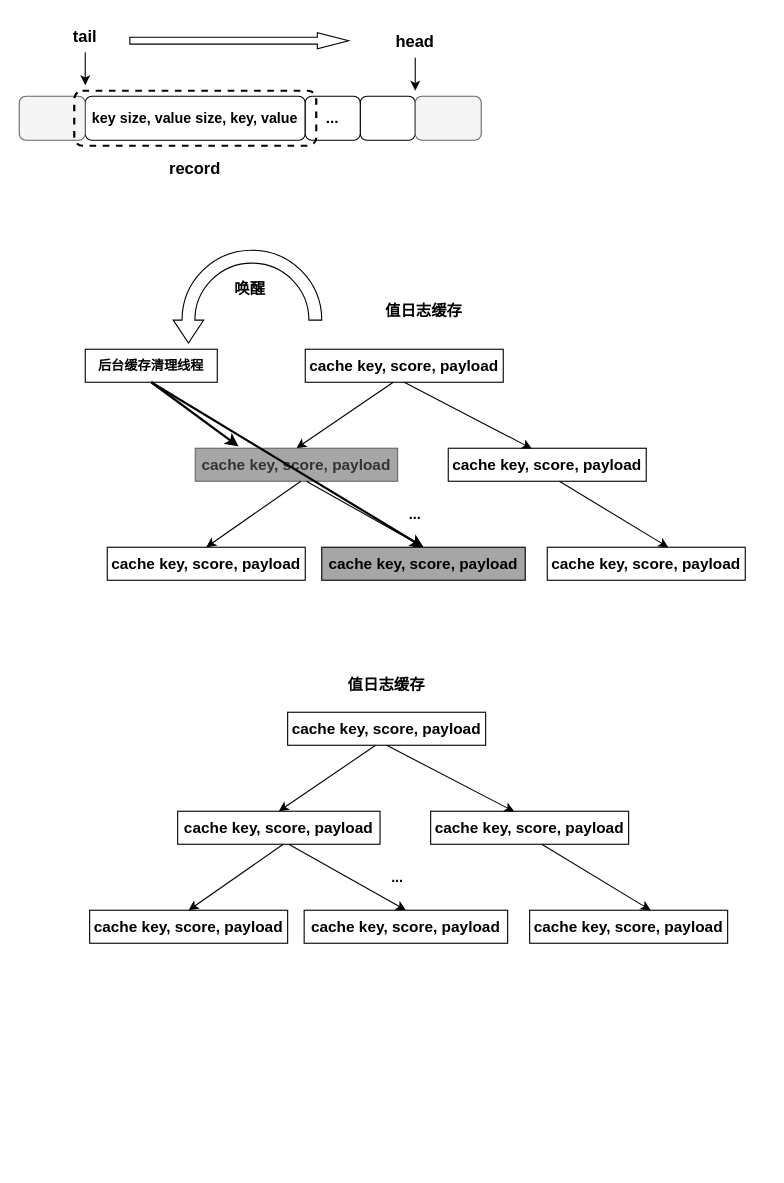
This is page "第 2 页" (2 of 3) of RabbitKV.drawio from yeqiyi/drawIO, a draw.io file, before an edit. Source tidied: cells renumbered, new cells numbered last; positions are measured from the earlier drawing's top-left corner, leaving out a move shared by most shapes. Both pictures are drawn from the tidied source at 110%, with x=0, y=0 at pixel (19, 19).
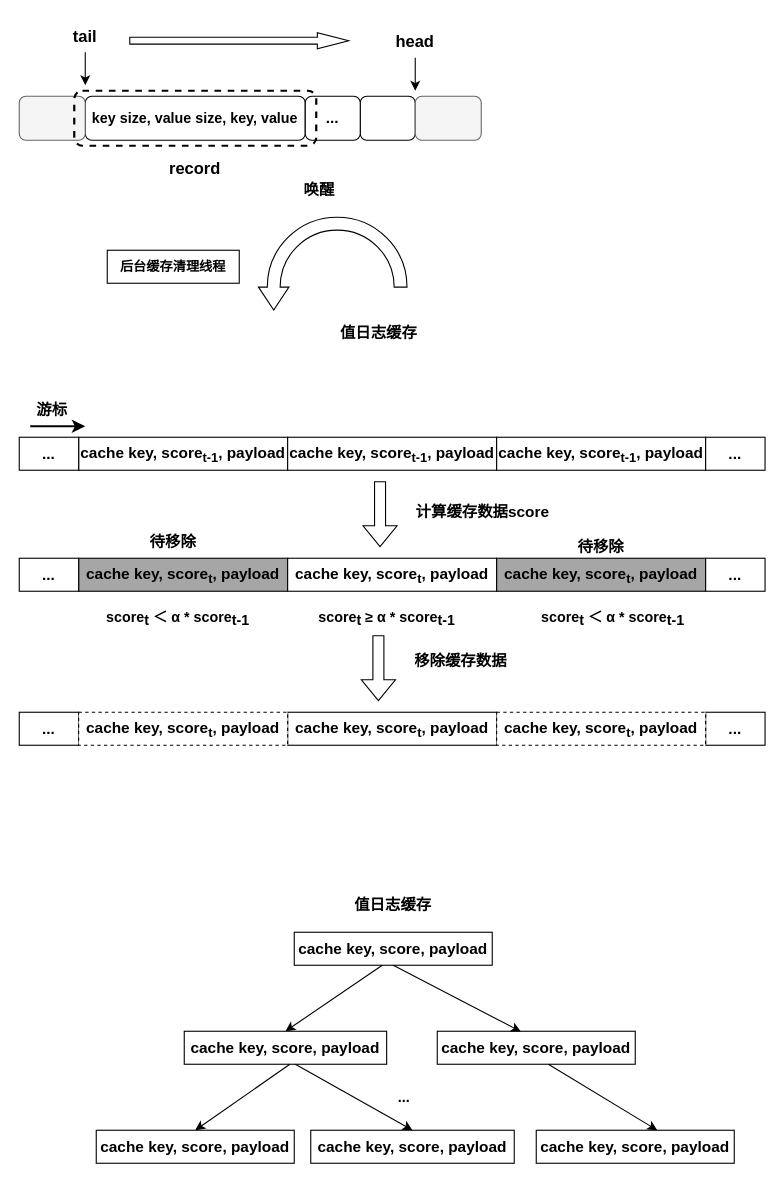
The same diagram, later.

Diff of the diagram source:
```diff
@@
-    <mxCell id="14" value="&lt;b&gt;&lt;font style=&quot;font-size: 14px;&quot;&gt;cache key, score, payload&lt;/font&gt;&lt;/b&gt;" style="rounded=0;whiteSpace=wrap;html=1;" parent="1" vertex="1">
-      <mxGeometry x="260" y="300" width="180" height="30" as="geometry" />
+    <mxCell id="14" value="&lt;b&gt;&lt;font style=&quot;font-size: 14px;&quot;&gt;cache key, score&lt;sub&gt;t-1&lt;/sub&gt;, payload&lt;/font&gt;&lt;/b&gt;" style="rounded=0;whiteSpace=wrap;html=1;" parent="1" vertex="1">
+      <mxGeometry x="54" y="380" width="190" height="30" as="geometry" />
     </mxCell>
-    <mxCell id="15" style="endArrow=classic;html=1;rounded=0;entryX=0.5;entryY=0;entryDx=0;entryDy=0;" parent="1" edge="1" target="16">
-      <mxGeometry relative="1" as="geometry">
-        <mxPoint x="340" y="330" as="sourcePoint" />
-      </mxGeometry>
-    </mxCell>
-    <mxCell id="16" value="&lt;b&gt;&lt;font style=&quot;font-size: 14px;&quot;&gt;cache key, score, payload&lt;/font&gt;&lt;/b&gt;" style="rounded=0;whiteSpace=wrap;html=1;fillColor=#A6A6A6;fontColor=#333333;strokeColor=#666666;" parent="1" vertex="1">
-      <mxGeometry x="160" y="390" width="184" height="30" as="geometry" />
-    </mxCell>
-    <mxCell id="17" value="&lt;b&gt;&lt;font style=&quot;font-size: 14px;&quot;&gt;cache key, score, payload&lt;/font&gt;&lt;/b&gt;" style="rounded=0;whiteSpace=wrap;html=1;" parent="1" vertex="1">
-      <mxGeometry x="390" y="390" width="180" height="30" as="geometry" />
-    </mxCell>
-    <mxCell id="18" style="endArrow=classic;html=1;rounded=0;entryX=0.422;entryY=0.011;entryDx=0;entryDy=0;exitX=0.5;exitY=1;exitDx=0;exitDy=0;entryPerimeter=0;" parent="1" edge="1" source="14" target="17">
-      <mxGeometry relative="1" as="geometry" />
-    </mxCell>
-    <mxCell id="19" style="endArrow=classic;html=1;rounded=0;entryX=0.5;entryY=0;entryDx=0;entryDy=0;" parent="1" edge="1" target="20">
-      <mxGeometry relative="1" as="geometry">
-        <mxPoint x="256" y="420" as="sourcePoint" />
-      </mxGeometry>
-    </mxCell>
-    <mxCell id="20" value="&lt;b&gt;&lt;font style=&quot;font-size: 14px;&quot;&gt;cache key, score, payload&lt;/font&gt;&lt;/b&gt;" style="rounded=0;whiteSpace=wrap;html=1;" parent="1" vertex="1">
-      <mxGeometry x="80" y="480" width="180" height="30" as="geometry" />
-    </mxCell>
-    <mxCell id="21" style="endArrow=classic;html=1;rounded=0;entryX=0.5;entryY=0;entryDx=0;entryDy=0;exitX=0.5;exitY=1;exitDx=0;exitDy=0;" parent="1" edge="1" target="22">
-      <mxGeometry relative="1" as="geometry">
-        <mxPoint x="261" y="420" as="sourcePoint" />
-      </mxGeometry>
-    </mxCell>
-    <mxCell id="22" value="&lt;b&gt;&lt;font style=&quot;font-size: 14px;&quot;&gt;cache key, score, payload&lt;/font&gt;&lt;/b&gt;" style="rounded=0;whiteSpace=wrap;html=1;fillColor=#A6A6A6;" parent="1" vertex="1">
-      <mxGeometry x="275" y="480" width="185" height="30" as="geometry" />
-    </mxCell>
-    <mxCell id="23" style="endArrow=classic;html=1;rounded=0;" parent="1" edge="1">
-      <mxGeometry relative="1" as="geometry">
-        <mxPoint x="491" y="420" as="sourcePoint" />
-        <mxPoint x="590" y="480" as="targetPoint" />
-      </mxGeometry>
-    </mxCell>
-    <mxCell id="24" value="&lt;b&gt;&lt;font style=&quot;font-size: 14px;&quot;&gt;cache key, score, payload&lt;/font&gt;&lt;/b&gt;" style="rounded=0;whiteSpace=wrap;html=1;" parent="1" vertex="1">
-      <mxGeometry x="480" y="480" width="180" height="30" as="geometry" />
-    </mxCell>
-    <mxCell id="25" value="&lt;b&gt;&lt;font style=&quot;font-size: 13px;&quot;&gt;...&lt;/font&gt;&lt;/b&gt;" style="text;html=1;strokeColor=none;fillColor=none;align=center;verticalAlign=middle;whiteSpace=wrap;rounded=0;" parent="1" vertex="1">
-      <mxGeometry x="330" y="435" width="60" height="30" as="geometry" />
-    </mxCell>
     <mxCell id="26" value="&lt;b&gt;后台缓存清理线程&lt;/b&gt;" style="rounded=0;whiteSpace=wrap;html=1;" parent="1" vertex="1">
-      <mxGeometry x="60" y="300" width="120" height="30" as="geometry" />
+      <mxGeometry x="80" y="210" width="120" height="30" as="geometry" />
     </mxCell>
-    <mxCell id="27" style="endArrow=classic;html=1;rounded=0;entryX=0.214;entryY=-0.056;entryDx=0;entryDy=0;entryPerimeter=0;strokeWidth=2;exitX=0.5;exitY=1;exitDx=0;exitDy=0;" parent="1" edge="1" source="26" target="16">
-      <mxGeometry relative="1" as="geometry" />
-    </mxCell>
-    <mxCell id="28" style="endArrow=classic;html=1;rounded=0;exitX=0.5;exitY=1;exitDx=0;exitDy=0;strokeWidth=2;entryX=0.5;entryY=0;entryDx=0;entryDy=0;" parent="1" edge="1" source="26" target="22">
-      <mxGeometry relative="1" as="geometry" />
-    </mxCell>
     <mxCell id="29" value="&lt;b&gt;&lt;font style=&quot;font-size: 14px;&quot;&gt;值日志缓存&lt;/font&gt;&lt;/b&gt;" style="text;html=1;strokeColor=none;fillColor=none;align=center;verticalAlign=middle;whiteSpace=wrap;rounded=0;" parent="1" vertex="1">
-      <mxGeometry x="284.5" y="250" width="166" height="30" as="geometry" />
+      <mxGeometry x="244" y="270" width="166" height="30" as="geometry" />
     </mxCell>
     <mxCell id="30" style="html=1;shadow=0;dashed=0;align=center;verticalAlign=middle;shape=mxgraph.arrows2.uTurnArrow;dy=5.83;arrowHead=27.67;dx2=20.84;direction=south;flipH=1;" parent="1" vertex="1">
-      <mxGeometry x="140" y="210" width="135" height="40" as="geometry" />
+      <mxGeometry x="217.5" y="180" width="135" height="40" as="geometry" />
     </mxCell>
     <mxCell id="31" value="&lt;span style=&quot;font-size: 14px;&quot;&gt;&lt;b&gt;唤醒&lt;/b&gt;&lt;/span&gt;" style="text;html=1;strokeColor=none;fillColor=none;align=center;verticalAlign=middle;whiteSpace=wrap;rounded=0;" parent="1" vertex="1">
-      <mxGeometry x="127" y="230" width="166" height="30" as="geometry" />
+      <mxGeometry x="190" y="140" width="166" height="30" as="geometry" />
     </mxCell>
     <mxCell id="32" value="&lt;b&gt;&lt;font style=&quot;font-size: 14px;&quot;&gt;cache key, score, payload&lt;/font&gt;&lt;/b&gt;" style="rounded=0;whiteSpace=wrap;html=1;" parent="1" vertex="1">
-      <mxGeometry x="244" y="630" width="180" height="30" as="geometry" />
+      <mxGeometry x="250" y="830" width="180" height="30" as="geometry" />
     </mxCell>
     <mxCell id="33" style="endArrow=classic;html=1;rounded=0;entryX=0.5;entryY=0;entryDx=0;entryDy=0;" parent="1" edge="1" target="34">
       <mxGeometry relative="1" as="geometry">
-        <mxPoint x="324" y="660" as="sourcePoint" />
+        <mxPoint x="330" y="860" as="sourcePoint" />
       </mxGeometry>
     </mxCell>
     <mxCell id="34" value="&lt;b&gt;&lt;font style=&quot;font-size: 14px;&quot;&gt;cache key, score, payload&lt;/font&gt;&lt;/b&gt;" style="rounded=0;whiteSpace=wrap;html=1;" parent="1" vertex="1">
-      <mxGeometry x="144" y="720" width="184" height="30" as="geometry" />
+      <mxGeometry x="150" y="920" width="184" height="30" as="geometry" />
     </mxCell>
     <mxCell id="35" value="&lt;b&gt;&lt;font style=&quot;font-size: 14px;&quot;&gt;cache key, score, payload&lt;/font&gt;&lt;/b&gt;" style="rounded=0;whiteSpace=wrap;html=1;" parent="1" vertex="1">
-      <mxGeometry x="374" y="720" width="180" height="30" as="geometry" />
+      <mxGeometry x="380" y="920" width="180" height="30" as="geometry" />
     </mxCell>
@@
     <mxCell id="37" style="endArrow=classic;html=1;rounded=0;entryX=0.5;entryY=0;entryDx=0;entryDy=0;" parent="1" edge="1" target="38">
       <mxGeometry relative="1" as="geometry">
-        <mxPoint x="240" y="750" as="sourcePoint" />
+        <mxPoint x="246" y="950" as="sourcePoint" />
       </mxGeometry>
     </mxCell>
     <mxCell id="38" value="&lt;b&gt;&lt;font style=&quot;font-size: 14px;&quot;&gt;cache key, score, payload&lt;/font&gt;&lt;/b&gt;" style="rounded=0;whiteSpace=wrap;html=1;" parent="1" vertex="1">
-      <mxGeometry x="64" y="810" width="180" height="30" as="geometry" />
+      <mxGeometry x="70" y="1010" width="180" height="30" as="geometry" />
     </mxCell>
     <mxCell id="39" style="endArrow=classic;html=1;rounded=0;entryX=0.5;entryY=0;entryDx=0;entryDy=0;exitX=0.5;exitY=1;exitDx=0;exitDy=0;" parent="1" edge="1" target="40">
       <mxGeometry relative="1" as="geometry">
-        <mxPoint x="245" y="750" as="sourcePoint" />
+        <mxPoint x="251" y="950" as="sourcePoint" />
       </mxGeometry>
     </mxCell>
     <mxCell id="40" value="&lt;b&gt;&lt;font style=&quot;font-size: 14px;&quot;&gt;cache key, score, payload&lt;/font&gt;&lt;/b&gt;" style="rounded=0;whiteSpace=wrap;html=1;" parent="1" vertex="1">
-      <mxGeometry x="259" y="810" width="185" height="30" as="geometry" />
+      <mxGeometry x="265" y="1010" width="185" height="30" as="geometry" />
     </mxCell>
     <mxCell id="41" style="endArrow=classic;html=1;rounded=0;" parent="1" edge="1">
       <mxGeometry relative="1" as="geometry">
-        <mxPoint x="475" y="750" as="sourcePoint" />
-        <mxPoint x="574" y="810" as="targetPoint" />
+        <mxPoint x="481" y="950" as="sourcePoint" />
+        <mxPoint x="580" y="1010" as="targetPoint" />
       </mxGeometry>
     </mxCell>
     <mxCell id="42" value="&lt;b&gt;&lt;font style=&quot;font-size: 14px;&quot;&gt;cache key, score, payload&lt;/font&gt;&lt;/b&gt;" style="rounded=0;whiteSpace=wrap;html=1;" parent="1" vertex="1">
-      <mxGeometry x="464" y="810" width="180" height="30" as="geometry" />
+      <mxGeometry x="470" y="1010" width="180" height="30" as="geometry" />
     </mxCell>
     <mxCell id="43" value="&lt;b&gt;&lt;font style=&quot;font-size: 13px;&quot;&gt;...&lt;/font&gt;&lt;/b&gt;" style="text;html=1;strokeColor=none;fillColor=none;align=center;verticalAlign=middle;whiteSpace=wrap;rounded=0;" parent="1" vertex="1">
-      <mxGeometry x="314" y="765" width="60" height="30" as="geometry" />
+      <mxGeometry x="320" y="965" width="60" height="30" as="geometry" />
     </mxCell>
     <mxCell id="44" value="&lt;b&gt;&lt;font style=&quot;font-size: 14px;&quot;&gt;值日志缓存&lt;/font&gt;&lt;/b&gt;" style="text;html=1;strokeColor=none;fillColor=none;align=center;verticalAlign=middle;whiteSpace=wrap;rounded=0;" parent="1" vertex="1">
-      <mxGeometry x="251" y="590" width="166" height="30" as="geometry" />
+      <mxGeometry x="257" y="790" width="166" height="30" as="geometry" />
     </mxCell>
+    <mxCell id="45" value="&lt;b&gt;&lt;font style=&quot;font-size: 14px;&quot;&gt;cache key, score&lt;sub&gt;t-1&lt;/sub&gt;, payload&lt;/font&gt;&lt;/b&gt;" style="rounded=0;whiteSpace=wrap;html=1;" parent="1" vertex="1">
+      <mxGeometry x="244" y="380" width="190" height="30" as="geometry" />
+    </mxCell>
+    <mxCell id="46" style="shape=flexArrow;endArrow=classic;html=1;rounded=0;" parent="1" edge="1">
+      <mxGeometry relative="1" as="geometry">
+        <mxPoint x="328" y="420" as="sourcePoint" />
+        <mxPoint x="328" y="480" as="targetPoint" />
+      </mxGeometry>
+    </mxCell>
+    <mxCell id="47" value="&lt;b&gt;&lt;font style=&quot;font-size: 14px;&quot;&gt;cache key, score&lt;sub&gt;t&lt;/sub&gt;, payload&lt;/font&gt;&lt;/b&gt;" style="rounded=0;whiteSpace=wrap;html=1;fillColor=#A6A6A6;" parent="1" vertex="1">
+      <mxGeometry x="54" y="490" width="190" height="30" as="geometry" />
+    </mxCell>
+    <mxCell id="48" value="&lt;b&gt;&lt;font style=&quot;font-size: 14px;&quot;&gt;cache key, score&lt;sub&gt;t&lt;/sub&gt;, payload&lt;/font&gt;&lt;/b&gt;" style="rounded=0;whiteSpace=wrap;html=1;" parent="1" vertex="1">
+      <mxGeometry x="244" y="490" width="190" height="30" as="geometry" />
+    </mxCell>
+    <mxCell id="49" value="&lt;b&gt;&lt;font style=&quot;font-size: 14px;&quot;&gt;cache key, score&lt;sub&gt;t-1&lt;/sub&gt;, payload&lt;/font&gt;&lt;/b&gt;" style="rounded=0;whiteSpace=wrap;html=1;" parent="1" vertex="1">
+      <mxGeometry x="434" y="380" width="190" height="30" as="geometry" />
+    </mxCell>
+    <mxCell id="50" value="&lt;b&gt;&lt;font style=&quot;font-size: 14px;&quot;&gt;cache key, score&lt;sub&gt;t&lt;/sub&gt;, payload&lt;/font&gt;&lt;/b&gt;" style="rounded=0;whiteSpace=wrap;html=1;fillColor=#A6A6A6;" parent="1" vertex="1">
+      <mxGeometry x="434" y="490" width="190" height="30" as="geometry" />
+    </mxCell>
+    <mxCell id="51" value="&lt;b&gt;&lt;font style=&quot;font-size: 14px;&quot;&gt;计算缓存数据score&lt;/font&gt;&lt;/b&gt;" style="text;html=1;strokeColor=none;fillColor=none;align=center;verticalAlign=middle;whiteSpace=wrap;rounded=0;" parent="1" vertex="1">
+      <mxGeometry x="352.5" y="435" width="137" height="25" as="geometry" />
+    </mxCell>
+    <mxCell id="52" value="&lt;b style=&quot;border-color: var(--border-color); font-size: 13px;&quot;&gt;&lt;font style=&quot;border-color: var(--border-color); font-size: 13px;&quot;&gt;&lt;span style=&quot;font-size: 13px;&quot;&gt;score&lt;/span&gt;&lt;span style=&quot;border-color: var(--border-color); font-size: 13px;&quot;&gt;&lt;sub style=&quot;font-size: 13px;&quot;&gt;t&amp;nbsp;&lt;/sub&gt;≥ α *&amp;nbsp;&lt;b style=&quot;border-color: var(--border-color); font-size: 13px;&quot;&gt;&lt;font style=&quot;border-color: var(--border-color); font-size: 13px;&quot;&gt;&lt;span style=&quot;border-color: var(--border-color); font-size: 13px;&quot;&gt;score&lt;/span&gt;&lt;span style=&quot;border-color: var(--border-color); font-size: 13px;&quot;&gt;&lt;span style=&quot;border-color: var(--border-color); font-size: 13px;&quot;&gt;&lt;sub style=&quot;border-color: var(--border-color); font-size: 13px;&quot;&gt;t-1&lt;/sub&gt;&lt;/span&gt;&lt;/span&gt;&lt;/font&gt;&lt;/b&gt;&lt;/span&gt;&lt;br style=&quot;font-size: 13px;&quot;&gt;&lt;/font&gt;&lt;/b&gt;" style="text;html=1;strokeColor=none;fillColor=none;align=center;verticalAlign=middle;whiteSpace=wrap;rounded=0;fontSize=13;" parent="1" vertex="1">
+      <mxGeometry x="260" y="520" width="149" height="50" as="geometry" />
+    </mxCell>
+    <mxCell id="53" value="&lt;span style=&quot;border-color: var(--border-color); font-size: 13px;&quot;&gt;&lt;font style=&quot;border-color: var(--border-color); font-size: 13px;&quot;&gt;&lt;b style=&quot;font-size: 13px;&quot;&gt;&lt;span style=&quot;font-size: 13px;&quot;&gt;score&lt;/span&gt;&lt;span style=&quot;border-color: var(--border-color); font-size: 13px;&quot;&gt;&lt;sub style=&quot;font-size: 13px;&quot;&gt;t &lt;/sub&gt;＜&amp;nbsp;α *&amp;nbsp;&lt;span style=&quot;border-color: var(--border-color); font-size: 13px;&quot;&gt;&lt;font style=&quot;border-color: var(--border-color); font-size: 13px;&quot;&gt;&lt;span style=&quot;border-color: var(--border-color); font-size: 13px;&quot;&gt;score&lt;/span&gt;&lt;span style=&quot;border-color: var(--border-color); font-size: 13px;&quot;&gt;&lt;span style=&quot;border-color: var(--border-color); font-size: 13px;&quot;&gt;&lt;sub style=&quot;border-color: var(--border-color); font-size: 13px;&quot;&gt;t-1&lt;/sub&gt;&lt;/span&gt;&lt;/span&gt;&lt;/font&gt;&lt;/span&gt;&lt;/span&gt;&lt;/b&gt;&lt;br style=&quot;font-size: 13px;&quot;&gt;&lt;/font&gt;&lt;/span&gt;" style="text;html=1;strokeColor=none;fillColor=none;align=center;verticalAlign=middle;whiteSpace=wrap;rounded=0;fontSize=13;" parent="1" vertex="1">
+      <mxGeometry x="70" y="520" width="149" height="50" as="geometry" />
+    </mxCell>
+    <mxCell id="54" value="&lt;b style=&quot;border-color: var(--border-color); font-size: 13px;&quot;&gt;&lt;font style=&quot;border-color: var(--border-color); font-size: 13px;&quot;&gt;&lt;span style=&quot;font-size: 13px;&quot;&gt;score&lt;/span&gt;&lt;span style=&quot;border-color: var(--border-color); font-size: 13px;&quot;&gt;&lt;sub style=&quot;font-size: 13px;&quot;&gt;t &lt;/sub&gt;＜&amp;nbsp;α *&amp;nbsp;&lt;b style=&quot;border-color: var(--border-color); font-size: 13px;&quot;&gt;&lt;font style=&quot;border-color: var(--border-color); font-size: 13px;&quot;&gt;&lt;span style=&quot;border-color: var(--border-color); font-size: 13px;&quot;&gt;score&lt;/span&gt;&lt;span style=&quot;border-color: var(--border-color); font-size: 13px;&quot;&gt;&lt;span style=&quot;border-color: var(--border-color); font-size: 13px;&quot;&gt;&lt;sub style=&quot;border-color: var(--border-color); font-size: 13px;&quot;&gt;t-1&lt;/sub&gt;&lt;/span&gt;&lt;/span&gt;&lt;/font&gt;&lt;/b&gt;&lt;/span&gt;&lt;br style=&quot;font-size: 13px;&quot;&gt;&lt;/font&gt;&lt;/b&gt;" style="text;html=1;strokeColor=none;fillColor=none;align=center;verticalAlign=middle;whiteSpace=wrap;rounded=0;fontSize=13;" parent="1" vertex="1">
+      <mxGeometry x="460" y="520" width="160" height="50" as="geometry" />
+    </mxCell>
+    <mxCell id="55" value="&lt;b&gt;&lt;font style=&quot;font-size: 14px;&quot;&gt;...&lt;/font&gt;&lt;/b&gt;" style="rounded=0;whiteSpace=wrap;html=1;" parent="1" vertex="1">
+      <mxGeometry y="380" width="54" height="30" as="geometry" />
+    </mxCell>
+    <mxCell id="56" value="&lt;b&gt;&lt;font style=&quot;font-size: 14px;&quot;&gt;...&lt;/font&gt;&lt;/b&gt;" style="rounded=0;whiteSpace=wrap;html=1;" parent="1" vertex="1">
+      <mxGeometry x="624" y="380" width="54" height="30" as="geometry" />
+    </mxCell>
+    <mxCell id="57" value="&lt;b&gt;&lt;font style=&quot;font-size: 14px;&quot;&gt;...&lt;/font&gt;&lt;/b&gt;" style="rounded=0;whiteSpace=wrap;html=1;" parent="1" vertex="1">
+      <mxGeometry y="490" width="54" height="30" as="geometry" />
+    </mxCell>
+    <mxCell id="58" value="&lt;b&gt;&lt;font style=&quot;font-size: 14px;&quot;&gt;...&lt;/font&gt;&lt;/b&gt;" style="rounded=0;whiteSpace=wrap;html=1;" parent="1" vertex="1">
+      <mxGeometry x="624" y="490" width="54" height="30" as="geometry" />
+    </mxCell>
+    <mxCell id="59" value="&lt;b&gt;&lt;font style=&quot;font-size: 14px;&quot;&gt;待移除&lt;/font&gt;&lt;/b&gt;" style="text;html=1;strokeColor=none;fillColor=none;align=center;verticalAlign=middle;whiteSpace=wrap;rounded=0;" parent="1" vertex="1">
+      <mxGeometry x="110" y="460" width="60" height="30" as="geometry" />
+    </mxCell>
+    <mxCell id="60" value="&lt;b&gt;&lt;font style=&quot;font-size: 14px;&quot;&gt;待移除&lt;/font&gt;&lt;/b&gt;" style="text;html=1;strokeColor=none;fillColor=none;align=center;verticalAlign=middle;whiteSpace=wrap;rounded=0;" parent="1" vertex="1">
+      <mxGeometry x="499" y="465" width="60" height="30" as="geometry" />
+    </mxCell>
+    <mxCell id="61" style="shape=flexArrow;endArrow=classic;html=1;rounded=0;" parent="1" edge="1">
+      <mxGeometry relative="1" as="geometry">
+        <mxPoint x="326.5" y="560" as="sourcePoint" />
+        <mxPoint x="326.5" y="620" as="targetPoint" />
+      </mxGeometry>
+    </mxCell>
+    <mxCell id="62" value="&lt;b&gt;&lt;font style=&quot;font-size: 14px;&quot;&gt;移除缓存数据&lt;/font&gt;&lt;/b&gt;" style="text;html=1;strokeColor=none;fillColor=none;align=center;verticalAlign=middle;whiteSpace=wrap;rounded=0;" parent="1" vertex="1">
+      <mxGeometry x="333" y="570" width="137" height="25" as="geometry" />
+    </mxCell>
+    <mxCell id="63" value="&lt;b&gt;&lt;font style=&quot;font-size: 14px;&quot;&gt;cache key, score&lt;sub&gt;t&lt;/sub&gt;, payload&lt;/font&gt;&lt;/b&gt;" style="rounded=0;whiteSpace=wrap;html=1;" parent="1" vertex="1">
+      <mxGeometry x="244" y="630" width="190" height="30" as="geometry" />
+    </mxCell>
+    <mxCell id="64" value="&lt;b&gt;&lt;font style=&quot;font-size: 14px;&quot;&gt;...&lt;/font&gt;&lt;/b&gt;" style="rounded=0;whiteSpace=wrap;html=1;" parent="1" vertex="1">
+      <mxGeometry y="630" width="54" height="30" as="geometry" />
+    </mxCell>
+    <mxCell id="65" value="&lt;b&gt;&lt;font style=&quot;font-size: 14px;&quot;&gt;...&lt;/font&gt;&lt;/b&gt;" style="rounded=0;whiteSpace=wrap;html=1;" parent="1" vertex="1">
+      <mxGeometry x="624" y="630" width="54" height="30" as="geometry" />
+    </mxCell>
+    <mxCell id="66" value="&lt;b&gt;&lt;font style=&quot;font-size: 14px;&quot;&gt;cache key, score&lt;sub&gt;t&lt;/sub&gt;, payload&lt;/font&gt;&lt;/b&gt;" style="rounded=0;whiteSpace=wrap;html=1;dashed=1;" parent="1" vertex="1">
+      <mxGeometry x="434" y="630" width="190" height="30" as="geometry" />
+    </mxCell>
+    <mxCell id="67" value="&lt;b&gt;&lt;font style=&quot;font-size: 14px;&quot;&gt;cache key, score&lt;sub&gt;t&lt;/sub&gt;, payload&lt;/font&gt;&lt;/b&gt;" style="rounded=0;whiteSpace=wrap;html=1;dashed=1;" parent="1" vertex="1">
+      <mxGeometry x="54" y="630" width="190" height="30" as="geometry" />
+    </mxCell>
+    <mxCell id="68" style="endArrow=classic;html=1;rounded=0;strokeWidth=2;" parent="1" edge="1">
+      <mxGeometry relative="1" as="geometry">
+        <mxPoint x="10" y="370" as="sourcePoint" />
+        <mxPoint x="60" y="370" as="targetPoint" />
+      </mxGeometry>
+    </mxCell>
+    <mxCell id="69" value="&lt;span style=&quot;font-size: 14px;&quot;&gt;&lt;b&gt;游标&lt;/b&gt;&lt;/span&gt;" style="text;html=1;strokeColor=none;fillColor=none;align=center;verticalAlign=middle;whiteSpace=wrap;rounded=0;" parent="1" vertex="1">
+      <mxGeometry y="340" width="60" height="30" as="geometry" />
+    </mxCell>
```
